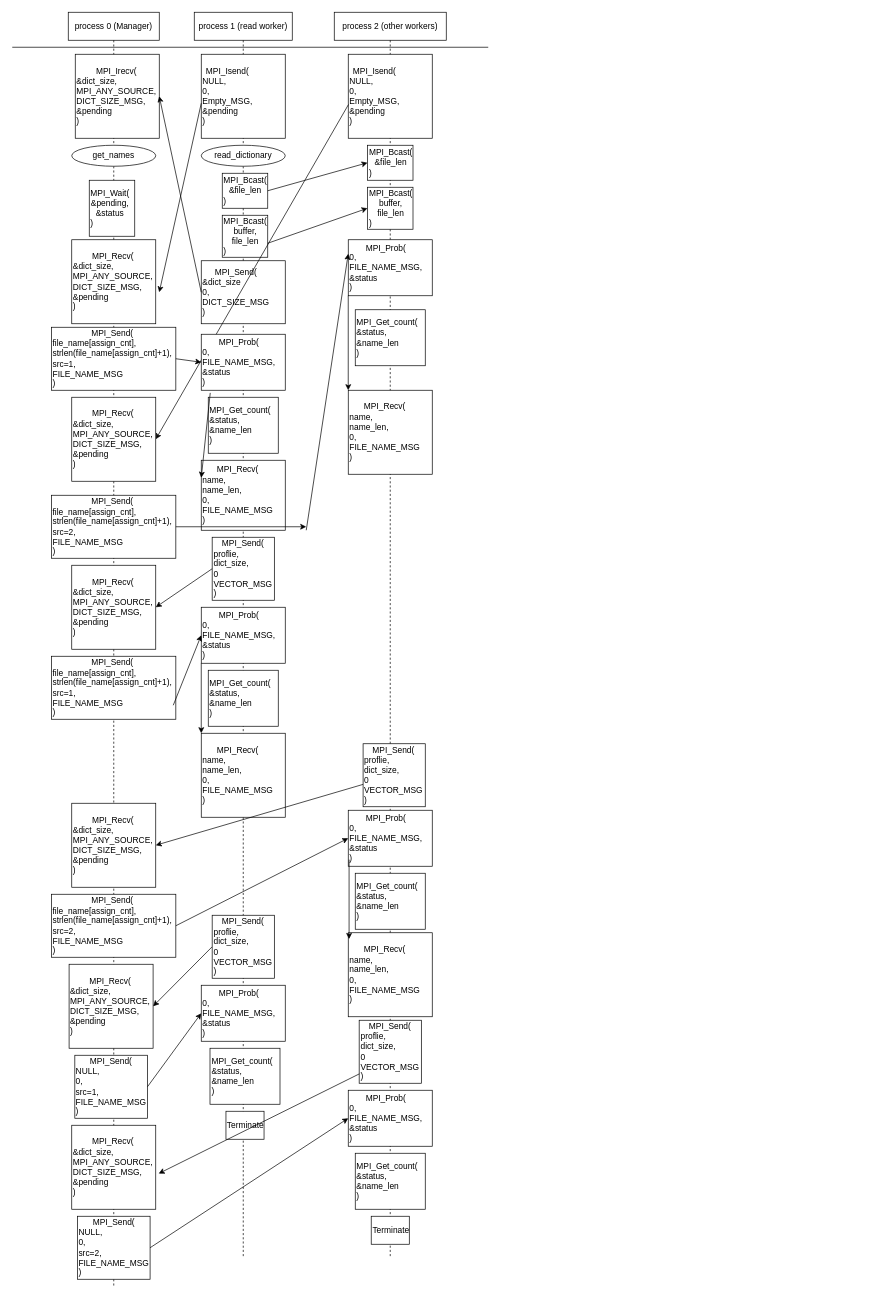
Jacksonacc877/Parallel-Programming- keeps this draw.io diagram as Untitled Diagram.drawio. Above is the earlier version. Source tidied: cells renumbered, new cells numbered last; positions are measured from the earlier drawing's top-left corner, leaving out a move shared by most shapes. Both pictures are drawn from the tidied source at 70%, with x=0, y=0 at pixel (12, 12).
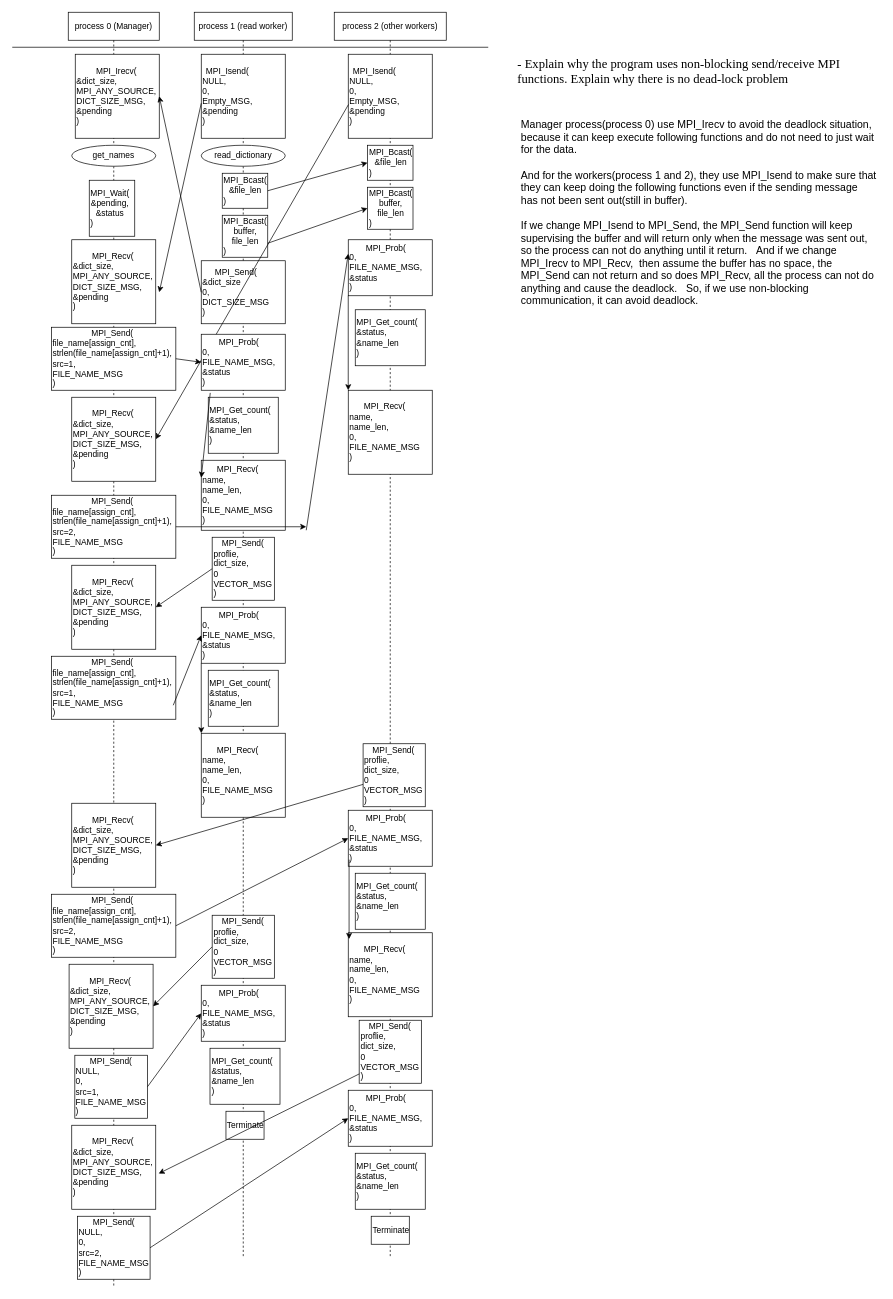
Above is the later version.

Change to the diagram source:
```diff
@@
+    <mxCell id="71" value="&lt;span style=&quot;font-family: &amp;#34;times new roman&amp;#34; ; background-color: rgb(255 , 255 , 255)&quot;&gt;&lt;font style=&quot;font-size: 18px&quot;&gt;- Explain why the program uses non-blocking send/receive MPI functions. Explain why there is no dead-lock problem&lt;/font&gt;&lt;/span&gt;" style="text;html=1;strokeColor=none;fillColor=none;align=left;verticalAlign=middle;whiteSpace=wrap;rounded=0;" parent="1" vertex="1">
+      <mxGeometry x="720" y="60" width="520" height="50" as="geometry" />
+    </mxCell>
+    <mxCell id="72" value="&lt;div style=&quot;font-size: 15px&quot;&gt;&lt;font style=&quot;font-size: 15px&quot;&gt;Manager process(process 0) use MPI_Irecv to avoid the deadlock situation, because it can keep execute following functions and do not need to just wait for the data.&lt;/font&gt;&lt;/div&gt;&lt;div style=&quot;font-size: 15px&quot;&gt;&lt;span&gt;&lt;font style=&quot;font-size: 15px&quot;&gt;&amp;nbsp;&lt;/font&gt;&lt;/span&gt;&lt;/div&gt;&lt;div style=&quot;font-size: 15px&quot;&gt;&lt;span&gt;&lt;font style=&quot;font-size: 15px&quot;&gt;And for the workers(process 1 and 2), they use MPI_Isend to make sure that they can keep doing the following functions even if the sending message has not been sent out(still in buffer).&lt;/font&gt;&lt;/span&gt;&lt;/div&gt;&lt;div style=&quot;font-size: 15px&quot;&gt;&lt;span&gt;&lt;font style=&quot;font-size: 15px&quot;&gt;&lt;br&gt;&lt;/font&gt;&lt;/span&gt;&lt;/div&gt;&lt;div style=&quot;font-size: 15px&quot;&gt;&lt;span&gt;&lt;font style=&quot;font-size: 15px&quot;&gt;If we change MPI_Isend to MPI_Send, the MPI_Send function will keep supervising the buffer and will return only when the message was sent out, so the process can not do anything until it return.&amp;nbsp; &amp;nbsp;And if we change MPI_Irecv to MPI_Recv,&amp;nbsp; then assume the buffer has no space, the MPI_Send can not return and so does MPI_Recv, all the process can not do anything and cause the deadlock.&amp;nbsp; &amp;nbsp;So, if we use non-blocking communication, it can avoid deadlock.&lt;/font&gt;&lt;/span&gt;&lt;/div&gt;&lt;div style=&quot;font-size: 15px&quot;&gt;&lt;font style=&quot;font-size: 15px&quot;&gt;&amp;nbsp;&amp;nbsp;&lt;/font&gt;&lt;/div&gt;" style="text;html=1;strokeColor=none;fillColor=none;align=left;verticalAlign=middle;whiteSpace=wrap;rounded=0;" parent="1" vertex="1">
+      <mxGeometry x="725" y="170" width="510" height="250" as="geometry" />
+    </mxCell>
```
